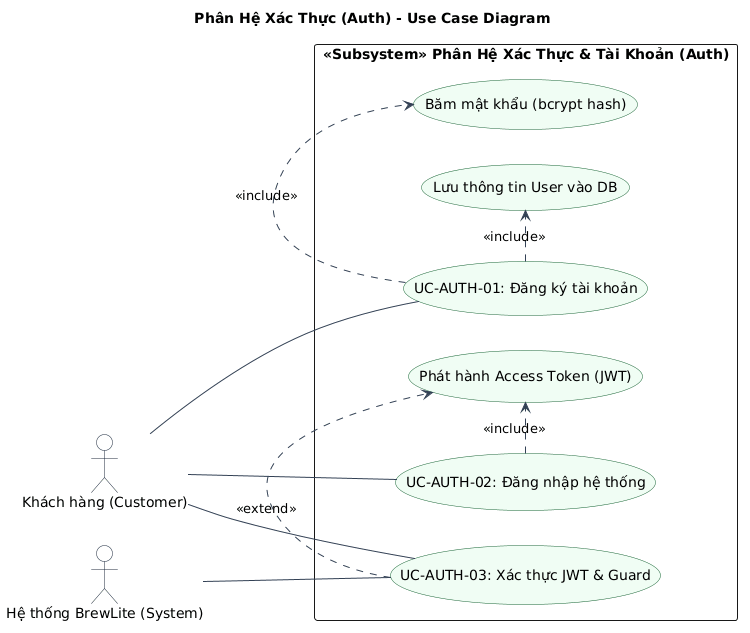
Earlier version of the PlantUML export report/figures/usecase-auth.png (ChienPM-27/BrewLite_02).
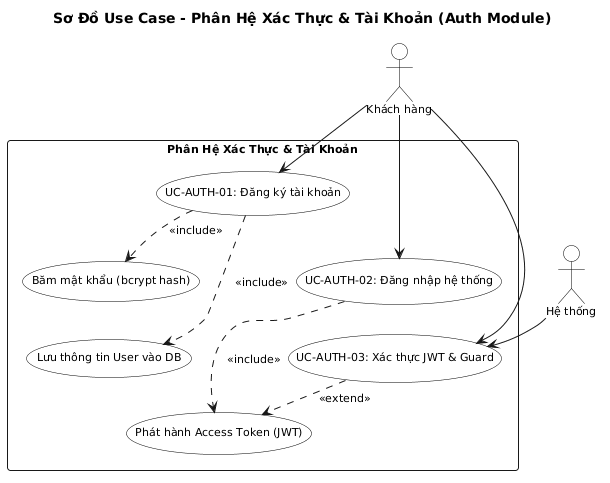
After the commit.

Change to the diagram source:
```diff
@@ -1,43 +1,47 @@
-@startuml
-title Phân Hệ Xác Thực (Auth) - Use Case Diagram
-left to right direction
-skinparam packageStyle rectangle
+@startuml usecase-auth
+title Sơ Đồ Use Case - Phân Hệ Xác Thực & Tài Khoản (Auth Module)
+
+skinparam defaultFontName Arial
 skinparam shadowing false
-skinparam defaultFontName Arial
+skinparam roundcorner 6
+skinparam defaultFontSize 11
+skinparam nodesep 14
+skinparam ranksep 16
 
 skinparam actor {
-    BackgroundColor #F8FAFC
-    BorderColor #1E293B
+    BackgroundColor white
+    BorderColor black
+}
+skinparam usecase {
+    BackgroundColor white
+    BorderColor black
 }
 
-skinparam usecase {
-    BackgroundColor #F0FDF4
-    BorderColor #166534
-    ArrowColor #334155
-}
+actor "Khách hàng" as Customer
+actor "Hệ thống" as System
 
-actor "Khách hàng (Customer)" as Customer
-actor "Hệ thống BrewLite (System)" as System
-
-rectangle "«Subsystem» Phân Hệ Xác Thực & Tài Khoản (Auth)" {
+rectangle "Phân Hệ Xác Thực & Tài Khoản" {
     usecase "UC-AUTH-01: Đăng ký tài khoản" as UC_Register
     usecase "UC-AUTH-02: Đăng nhập hệ thống" as UC_Login
     usecase "UC-AUTH-03: Xác thực JWT & Guard" as UC_VerifyToken
     usecase "Băm mật khẩu (bcrypt hash)" as UC_HashPassword
     usecase "Phát hành Access Token (JWT)" as UC_IssueJWT
     usecase "Lưu thông tin User vào DB" as UC_SaveUser
-
-    UC_Register .> UC_HashPassword : <<include>>
-    UC_Register .> UC_SaveUser : <<include>>
-
-    UC_Login .> UC_IssueJWT : <<include>>
-    UC_VerifyToken .> UC_IssueJWT : <<extend>>
 }
 
-Customer -- UC_Register
-Customer -- UC_Login
-Customer -- UC_VerifyToken
+Customer --> UC_Register
+Customer --> UC_Login
+Customer --> UC_VerifyToken
 
-System -- UC_VerifyToken
+System --> UC_VerifyToken
 
+UC_Register ..> UC_HashPassword : <<include>>
+UC_Register ..> UC_SaveUser : <<include>>
+UC_Login ..> UC_IssueJWT : <<include>>
+UC_VerifyToken ..> UC_IssueJWT : <<extend>>
+
+UC_Register -[hidden]down-> UC_Login
+UC_Login -[hidden]down-> UC_VerifyToken
+UC_HashPassword -[hidden]down-> UC_SaveUser
+UC_SaveUser -[hidden]down-> UC_IssueJWT
 @enduml
```
